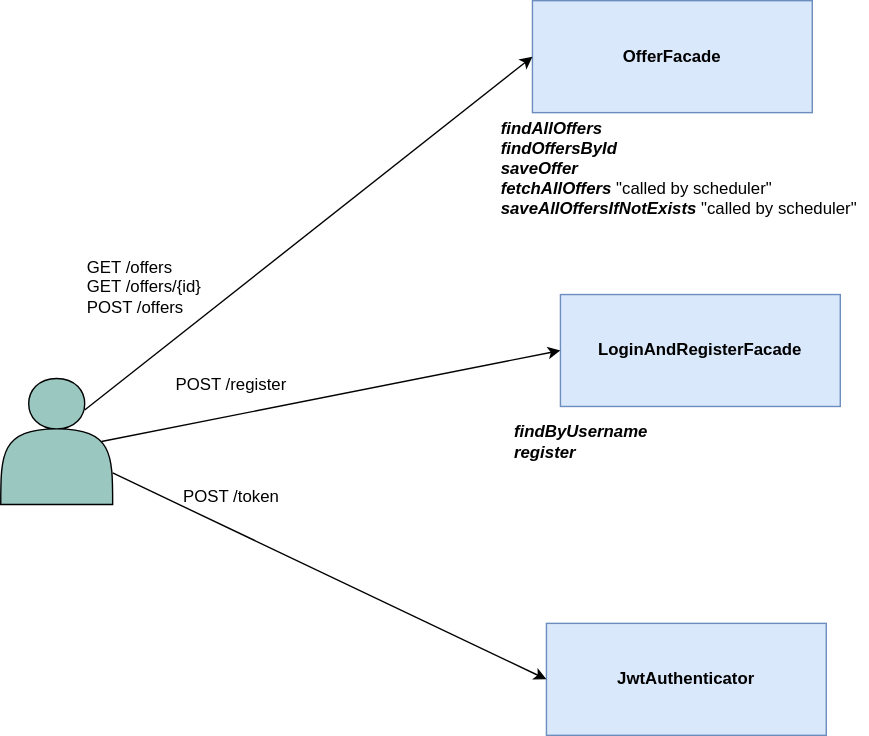
Above: Module_diagram.drawio.svg in faust2077/joboffers (draw.io), before the change. Source tidied: cells renumbered, new cells last; positions are measured from the earlier drawing's top-left corner, leaving out a move shared by most shapes. Source of this version:
```xml
<mxGraphModel>
  <root>
    <mxCell id="0" />
    <mxCell id="1" parent="0" />
    <mxCell id="2" value="&lt;b&gt;OfferFacade&lt;/b&gt;" style="rounded=0;whiteSpace=wrap;html=1;fillColor=#dae8fc;strokeColor=#6c8ebf;" parent="1" vertex="1">
      <mxGeometry x="380" width="200" height="80" as="geometry" />
    </mxCell>
    <mxCell id="3" value="&lt;b&gt;LoginAndRegisterFacade&lt;/b&gt;" style="rounded=0;whiteSpace=wrap;html=1;fillColor=#dae8fc;strokeColor=#6c8ebf;" parent="1" vertex="1">
      <mxGeometry x="400" y="210" width="200" height="80" as="geometry" />
    </mxCell>
    <mxCell id="4" value="&lt;b&gt;JwtAuthenticator&lt;/b&gt;" style="rounded=0;whiteSpace=wrap;html=1;fillColor=#dae8fc;strokeColor=#6c8ebf;" parent="1" vertex="1">
      <mxGeometry x="390" y="445" width="200" height="80" as="geometry" />
    </mxCell>
    <mxCell id="5" style="shape=actor;whiteSpace=wrap;html=1;fillColor=#9AC7BF;" parent="1" vertex="1">
      <mxGeometry y="270" width="80" height="90" as="geometry" />
    </mxCell>
    <mxCell id="6" style="endArrow=classic;html=1;rounded=0;exitX=0.75;exitY=0.25;exitDx=0;exitDy=0;exitPerimeter=0;entryX=0;entryY=0.5;entryDx=0;entryDy=0;" parent="1" edge="1" source="5" target="2">
      <mxGeometry relative="1" as="geometry" />
    </mxCell>
    <mxCell id="7" style="endArrow=classic;html=1;rounded=0;exitX=0.9;exitY=0.5;exitDx=0;exitDy=0;exitPerimeter=0;entryX=0;entryY=0.5;entryDx=0;entryDy=0;" parent="1" edge="1" source="5" target="3">
      <mxGeometry relative="1" as="geometry" />
    </mxCell>
    <mxCell id="8" style="endArrow=classic;html=1;rounded=0;exitX=1;exitY=0.75;exitDx=0;exitDy=0;entryX=0;entryY=0.5;entryDx=0;entryDy=0;" parent="1" edge="1" source="5" target="4">
      <mxGeometry relative="1" as="geometry" />
    </mxCell>
    <mxCell id="9" value="GET /offers&lt;br&gt;GET /offers/{id}&lt;br&gt;POST /offers" style="text;html=1;align=left;verticalAlign=middle;whiteSpace=wrap;rounded=0;" parent="1" vertex="1">
      <mxGeometry x="60" y="180" width="110" height="50" as="geometry" />
    </mxCell>
    <mxCell id="10" value="&lt;div style=&quot;text-align: left;&quot;&gt;&lt;i&gt;&lt;b&gt;findAllOffers&lt;/b&gt;&lt;/i&gt;&lt;/div&gt;&lt;div style=&quot;text-align: left;&quot;&gt;&lt;i&gt;&lt;b&gt;findOffersById&lt;/b&gt;&lt;/i&gt;&lt;/div&gt;&lt;div style=&quot;text-align: left;&quot;&gt;&lt;i&gt;&lt;b&gt;saveOffer&lt;/b&gt;&lt;/i&gt;&lt;/div&gt;&lt;div style=&quot;text-align: left;&quot;&gt;&lt;b style=&quot;font-style: italic;&quot;&gt;fetchAllOffers &lt;/b&gt;&quot;called by scheduler&quot;&lt;/div&gt;&lt;div style=&quot;text-align: left;&quot;&gt;&lt;i style=&quot;font-weight: bold;&quot;&gt;saveAllOffersIfNotExists &lt;/i&gt;&quot;called by scheduler&quot;&lt;/div&gt;" style="text;html=1;align=center;verticalAlign=middle;whiteSpace=wrap;rounded=0;" parent="1" vertex="1">
      <mxGeometry x="350" y="50" width="270" height="140" as="geometry" />
    </mxCell>
    <mxCell id="11" value="POST /register" style="text;html=1;align=center;verticalAlign=middle;whiteSpace=wrap;rounded=0;" parent="1" vertex="1">
      <mxGeometry x="110" y="260" width="110" height="30" as="geometry" />
    </mxCell>
    <mxCell id="12" value="&lt;div style=&quot;text-align: left;&quot;&gt;&lt;b&gt;&lt;i&gt;findByUsername&lt;/i&gt;&lt;/b&gt;&lt;/div&gt;&lt;b&gt;&lt;div style=&quot;text-align: left;&quot;&gt;&lt;b&gt;&lt;i&gt;register&lt;/i&gt;&lt;/b&gt;&lt;/div&gt;&lt;/b&gt;" style="text;html=1;align=center;verticalAlign=middle;whiteSpace=wrap;rounded=0;" parent="1" vertex="1">
      <mxGeometry x="350" y="300" width="130" height="30" as="geometry" />
    </mxCell>
    <mxCell id="13" value="POST /token" style="text;html=1;align=center;verticalAlign=middle;whiteSpace=wrap;rounded=0;" parent="1" vertex="1">
      <mxGeometry x="110" y="340" width="110" height="30" as="geometry" />
    </mxCell>
  </root>
</mxGraphModel>
```
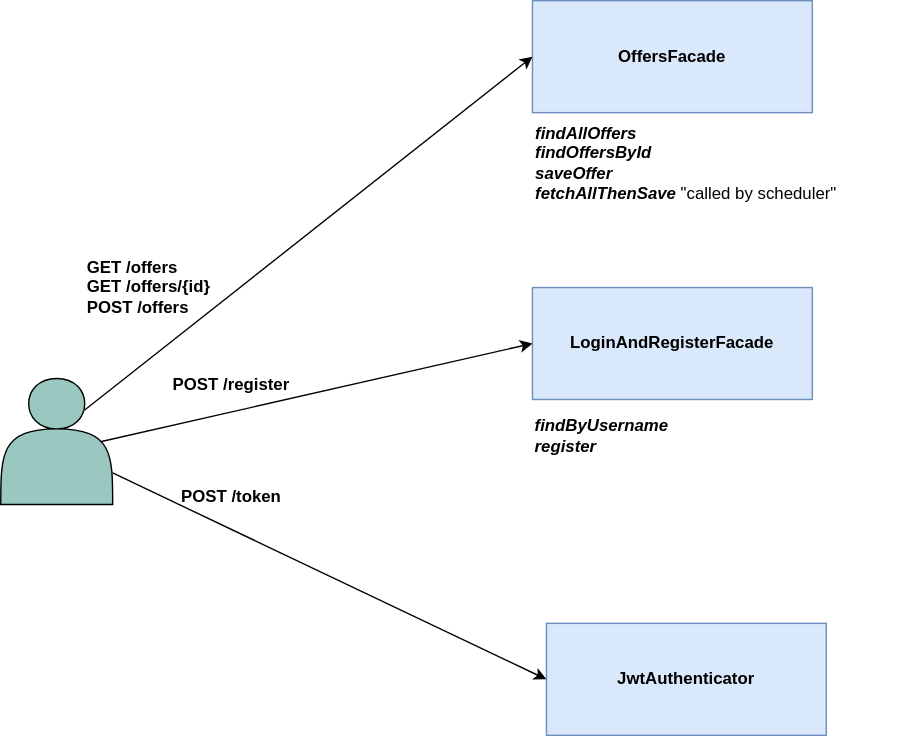
The same file after the commit.

Change to the diagram source:
```diff
@@ -1,12 +1,12 @@
-<mxGraphModel>
+<mxGraphModel background="#FFFFFF">
   <root>
     <mxCell id="0" />
     <mxCell id="1" parent="0" />
-    <mxCell id="2" value="&lt;b&gt;OfferFacade&lt;/b&gt;" style="rounded=0;whiteSpace=wrap;html=1;fillColor=#dae8fc;strokeColor=#6c8ebf;" parent="1" vertex="1">
+    <mxCell id="2" value="&lt;b&gt;OffersFacade&lt;/b&gt;" style="rounded=0;whiteSpace=wrap;html=1;fillColor=#dae8fc;strokeColor=#6c8ebf;" parent="1" vertex="1">
       <mxGeometry x="380" width="200" height="80" as="geometry" />
     </mxCell>
     <mxCell id="3" value="&lt;b&gt;LoginAndRegisterFacade&lt;/b&gt;" style="rounded=0;whiteSpace=wrap;html=1;fillColor=#dae8fc;strokeColor=#6c8ebf;" parent="1" vertex="1">
-      <mxGeometry x="400" y="210" width="200" height="80" as="geometry" />
+      <mxGeometry x="380" y="205" width="200" height="80" as="geometry" />
     </mxCell>
     <mxCell id="4" value="&lt;b&gt;JwtAuthenticator&lt;/b&gt;" style="rounded=0;whiteSpace=wrap;html=1;fillColor=#dae8fc;strokeColor=#6c8ebf;" parent="1" vertex="1">
       <mxGeometry x="390" y="445" width="200" height="80" as="geometry" />
@@ -23,20 +23,20 @@
     <mxCell id="8" style="endArrow=classic;html=1;rounded=0;exitX=1;exitY=0.75;exitDx=0;exitDy=0;entryX=0;entryY=0.5;entryDx=0;entryDy=0;" parent="1" edge="1" source="5" target="4">
       <mxGeometry relative="1" as="geometry" />
     </mxCell>
-    <mxCell id="9" value="GET /offers&lt;br&gt;GET /offers/{id}&lt;br&gt;POST /offers" style="text;html=1;align=left;verticalAlign=middle;whiteSpace=wrap;rounded=0;" parent="1" vertex="1">
+    <mxCell id="9" value="GET /offers&lt;br&gt;GET /offers/{id}&lt;br&gt;POST /offers" style="text;html=1;align=left;verticalAlign=middle;whiteSpace=wrap;rounded=0;fontStyle=1;" parent="1" vertex="1">
       <mxGeometry x="60" y="180" width="110" height="50" as="geometry" />
     </mxCell>
-    <mxCell id="10" value="&lt;div style=&quot;text-align: left;&quot;&gt;&lt;i&gt;&lt;b&gt;findAllOffers&lt;/b&gt;&lt;/i&gt;&lt;/div&gt;&lt;div style=&quot;text-align: left;&quot;&gt;&lt;i&gt;&lt;b&gt;findOffersById&lt;/b&gt;&lt;/i&gt;&lt;/div&gt;&lt;div style=&quot;text-align: left;&quot;&gt;&lt;i&gt;&lt;b&gt;saveOffer&lt;/b&gt;&lt;/i&gt;&lt;/div&gt;&lt;div style=&quot;text-align: left;&quot;&gt;&lt;b style=&quot;font-style: italic;&quot;&gt;fetchAllOffers &lt;/b&gt;&quot;called by scheduler&quot;&lt;/div&gt;&lt;div style=&quot;text-align: left;&quot;&gt;&lt;i style=&quot;font-weight: bold;&quot;&gt;saveAllOffersIfNotExists &lt;/i&gt;&quot;called by scheduler&quot;&lt;/div&gt;" style="text;html=1;align=center;verticalAlign=middle;whiteSpace=wrap;rounded=0;" parent="1" vertex="1">
-      <mxGeometry x="350" y="50" width="270" height="140" as="geometry" />
+    <mxCell id="10" value="&lt;div style=&quot;text-align: left;&quot;&gt;&lt;i&gt;&lt;b&gt;findAllOffers&lt;/b&gt;&lt;/i&gt;&lt;/div&gt;&lt;div style=&quot;text-align: left;&quot;&gt;&lt;i&gt;&lt;b&gt;findOffersById&lt;/b&gt;&lt;/i&gt;&lt;/div&gt;&lt;div style=&quot;text-align: left;&quot;&gt;&lt;i&gt;&lt;b&gt;saveOffer&lt;/b&gt;&lt;/i&gt;&lt;/div&gt;&lt;div style=&quot;text-align: left;&quot;&gt;&lt;b style=&quot;font-style: italic;&quot;&gt;fetchAllThenSave&amp;nbsp;&lt;/b&gt;&quot;called by scheduler&quot;&lt;/div&gt;" style="text;html=1;align=center;verticalAlign=middle;whiteSpace=wrap;rounded=0;" parent="1" vertex="1">
+      <mxGeometry x="355" y="46" width="270" height="140" as="geometry" />
     </mxCell>
-    <mxCell id="11" value="POST /register" style="text;html=1;align=center;verticalAlign=middle;whiteSpace=wrap;rounded=0;" parent="1" vertex="1">
+    <mxCell id="11" value="POST /register" style="text;html=1;align=center;verticalAlign=middle;whiteSpace=wrap;rounded=0;fontStyle=1;" parent="1" vertex="1">
       <mxGeometry x="110" y="260" width="110" height="30" as="geometry" />
     </mxCell>
+    <mxCell id="13" value="POST /token" style="text;html=1;align=center;verticalAlign=middle;whiteSpace=wrap;rounded=0;fontStyle=1;" parent="1" vertex="1">
+      <mxGeometry x="110" y="340" width="110" height="30" as="geometry" />
+    </mxCell>
-    <mxCell id="12" value="&lt;div style=&quot;text-align: left;&quot;&gt;&lt;b&gt;&lt;i&gt;findByUsername&lt;/i&gt;&lt;/b&gt;&lt;/div&gt;&lt;b&gt;&lt;div style=&quot;text-align: left;&quot;&gt;&lt;b&gt;&lt;i&gt;register&lt;/i&gt;&lt;/b&gt;&lt;/div&gt;&lt;/b&gt;" style="text;html=1;align=center;verticalAlign=middle;whiteSpace=wrap;rounded=0;" parent="1" vertex="1">
-      <mxGeometry x="350" y="300" width="130" height="30" as="geometry" />
+    <mxCell id="12" value="&lt;div style=&quot;&quot;&gt;&lt;b&gt;&lt;i&gt;findByUsername&lt;/i&gt;&lt;/b&gt;&lt;/div&gt;&lt;div style=&quot;&quot;&gt;&lt;b&gt;&lt;i&gt;register&lt;/i&gt;&lt;/b&gt;&lt;/div&gt;" style="text;html=1;align=left;verticalAlign=middle;whiteSpace=wrap;rounded=0;" parent="1" vertex="1">
+      <mxGeometry x="380" y="241" width="270" height="140" as="geometry" />
     </mxCell>
-    <mxCell id="13" value="POST /token" style="text;html=1;align=center;verticalAlign=middle;whiteSpace=wrap;rounded=0;" parent="1" vertex="1">
-      <mxGeometry x="110" y="340" width="110" height="30" as="geometry" />
-    </mxCell>
   </root>
 </mxGraphModel>
```
